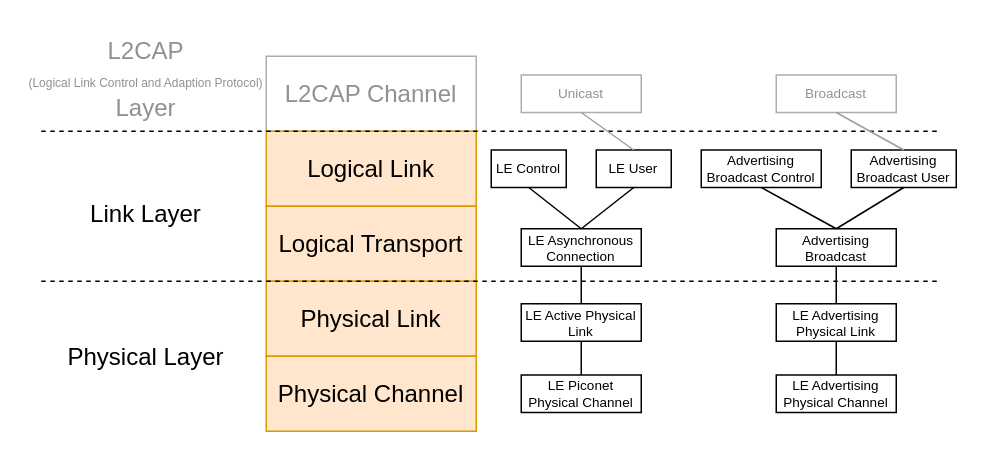
Earlier version of the draw.io diagram doc/bachelor_thesis_german/graphics/source/controller_layers.drawio (immrn/secure-ble-for-esp32-android). Source tidied: cells renumbered, new cells numbered last; positions are measured from the earlier drawing's top-left corner, leaving out a move shared by most shapes. Both pictures are drawn from the tidied source at 150%, with x=0, y=0 at pixel (26, 26).
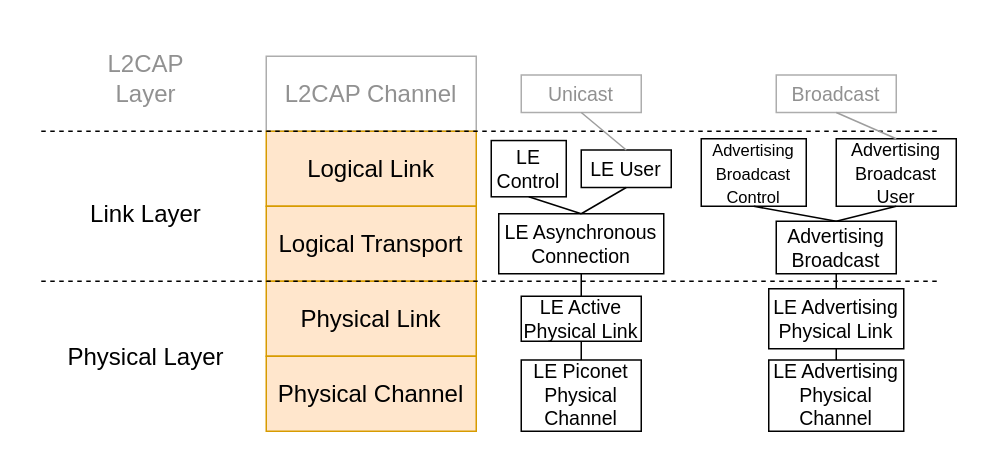
After the change.

What changed in the source:
```diff
@@
-    <mxCell id="9" value="&lt;font&gt;&lt;span style=&quot;font-size: 16px&quot;&gt;L2CAP&lt;/span&gt;&lt;br&gt;&lt;font style=&quot;font-size: 8px&quot;&gt;(Logical Link Control and Adaption Protocol)&lt;/font&gt;&lt;/font&gt;&lt;font style=&quot;font-size: 16px&quot;&gt;&lt;br&gt;Layer&lt;/font&gt;" style="text;html=1;strokeColor=none;fillColor=none;align=center;verticalAlign=middle;whiteSpace=wrap;rounded=0;glass=0;labelBackgroundColor=none;fontColor=#919191;" parent="1" vertex="1">
+    <mxCell id="9" value="&lt;font&gt;&lt;span style=&quot;font-size: 16px&quot;&gt;L2CAP&lt;/span&gt;&lt;/font&gt;&lt;font style=&quot;font-size: 16px&quot;&gt;&lt;br&gt;Layer&lt;/font&gt;" style="text;html=1;strokeColor=none;fillColor=none;align=center;verticalAlign=middle;whiteSpace=wrap;rounded=0;glass=0;labelBackgroundColor=none;fontColor=#919191;" parent="1" vertex="1">
       <mxGeometry width="160" height="70" as="geometry" />
     </mxCell>
@@
-    <mxCell id="12" value="LE Piconet Physical Channel" style="rounded=0;whiteSpace=wrap;html=1;glass=0;labelBackgroundColor=none;strokeWidth=1;fillColor=#ffffff;gradientColor=none;fontSize=9;" parent="1" vertex="1">
-      <mxGeometry x="330" y="232.5" width="80" height="25" as="geometry" />
+    <mxCell id="12" value="LE Piconet Physical Channel" style="rounded=0;whiteSpace=wrap;html=1;glass=0;labelBackgroundColor=none;strokeWidth=1;fillColor=#ffffff;gradientColor=none;fontSize=13;" parent="1" vertex="1">
+      <mxGeometry x="330" y="222.5" width="80" height="47.5" as="geometry" />
     </mxCell>
-    <mxCell id="13" value="LE Advertising Physical Channel" style="rounded=0;whiteSpace=wrap;html=1;glass=0;labelBackgroundColor=none;strokeWidth=1;fillColor=#ffffff;gradientColor=none;fontSize=9;" parent="1" vertex="1">
-      <mxGeometry x="500" y="232.5" width="80" height="25" as="geometry" />
+    <mxCell id="13" value="LE Advertising Physical Channel" style="rounded=0;whiteSpace=wrap;html=1;glass=0;labelBackgroundColor=none;strokeWidth=1;fillColor=#ffffff;gradientColor=none;fontSize=13;" parent="1" vertex="1">
+      <mxGeometry x="495" y="222.5" width="90" height="47.5" as="geometry" />
     </mxCell>
-    <mxCell id="14" value="LE Active Physical Link" style="rounded=0;whiteSpace=wrap;html=1;glass=0;labelBackgroundColor=none;strokeWidth=1;fillColor=#ffffff;gradientColor=none;fontSize=9;" parent="1" vertex="1">
-      <mxGeometry x="330" y="185" width="80" height="25" as="geometry" />
+    <mxCell id="14" value="LE Active Physical Link" style="rounded=0;whiteSpace=wrap;html=1;glass=0;labelBackgroundColor=none;strokeWidth=1;fillColor=#ffffff;gradientColor=none;fontSize=13;" parent="1" vertex="1">
+      <mxGeometry x="330" y="180" width="80" height="30" as="geometry" />
     </mxCell>
-    <mxCell id="15" value="LE Advertising Physical Link" style="rounded=0;whiteSpace=wrap;html=1;glass=0;labelBackgroundColor=none;strokeWidth=1;fillColor=#ffffff;gradientColor=none;fontSize=9;" parent="1" vertex="1">
-      <mxGeometry x="500" y="185" width="80" height="25" as="geometry" />
-    </mxCell>
-    <mxCell id="16" value="Advertising Broadcast" style="rounded=0;whiteSpace=wrap;html=1;glass=0;labelBackgroundColor=none;strokeWidth=1;fillColor=#ffffff;gradientColor=none;fontSize=9;" parent="1" vertex="1">
-      <mxGeometry x="500" y="135" width="80" height="25" as="geometry" />
+    <mxCell id="16" value="Advertising Broadcast" style="rounded=0;whiteSpace=wrap;html=1;glass=0;labelBackgroundColor=none;strokeWidth=1;fillColor=#ffffff;gradientColor=none;fontSize=13;" parent="1" vertex="1">
+      <mxGeometry x="500" y="130" width="80" height="35" as="geometry" />
     </mxCell>
-    <mxCell id="17" value="LE Asynchronous Connection" style="rounded=0;whiteSpace=wrap;html=1;glass=0;labelBackgroundColor=none;strokeWidth=1;fillColor=#ffffff;gradientColor=none;fontSize=9;" parent="1" vertex="1">
-      <mxGeometry x="330" y="135" width="80" height="25" as="geometry" />
+    <mxCell id="17" value="LE Asynchronous Connection" style="rounded=0;whiteSpace=wrap;html=1;glass=0;labelBackgroundColor=none;strokeWidth=1;fillColor=#ffffff;gradientColor=none;fontSize=13;" parent="1" vertex="1">
+      <mxGeometry x="315" y="125" width="110" height="40" as="geometry" />
     </mxCell>
-    <mxCell id="18" value="Advertising Broadcast User" style="rounded=0;whiteSpace=wrap;html=1;glass=0;labelBackgroundColor=none;strokeWidth=1;fillColor=#ffffff;gradientColor=none;fontSize=9;" parent="1" vertex="1">
-      <mxGeometry x="550" y="82.5" width="70" height="25" as="geometry" />
+    <mxCell id="18" value="&lt;font style=&quot;font-size: 12px&quot;&gt;Advertising Broadcast User&lt;/font&gt;" style="rounded=0;whiteSpace=wrap;html=1;glass=0;labelBackgroundColor=none;strokeWidth=1;fillColor=#ffffff;gradientColor=none;fontSize=13;" parent="1" vertex="1">
+      <mxGeometry x="540" y="75" width="80" height="45" as="geometry" />
     </mxCell>
-    <mxCell id="19" value="Advertising Broadcast Control" style="rounded=0;whiteSpace=wrap;html=1;glass=0;labelBackgroundColor=none;strokeWidth=1;fillColor=#ffffff;gradientColor=none;fontSize=9;" parent="1" vertex="1">
-      <mxGeometry x="450" y="82.5" width="80" height="25" as="geometry" />
+    <mxCell id="19" value="&lt;font style=&quot;font-size: 11px&quot;&gt;Advertising Broadcast Control&lt;/font&gt;" style="rounded=0;whiteSpace=wrap;html=1;glass=0;labelBackgroundColor=none;strokeWidth=1;fillColor=#ffffff;gradientColor=none;fontSize=13;" parent="1" vertex="1">
+      <mxGeometry x="450" y="75" width="70" height="45" as="geometry" />
     </mxCell>
-    <mxCell id="20" value="LE Control" style="rounded=0;whiteSpace=wrap;html=1;glass=0;labelBackgroundColor=none;strokeWidth=1;fillColor=#ffffff;gradientColor=none;fontSize=9;" parent="1" vertex="1">
-      <mxGeometry x="310" y="82.5" width="50" height="25" as="geometry" />
+    <mxCell id="20" value="LE Control" style="rounded=0;whiteSpace=wrap;html=1;glass=0;labelBackgroundColor=none;strokeWidth=1;fillColor=#ffffff;gradientColor=none;fontSize=13;" parent="1" vertex="1">
+      <mxGeometry x="310" y="76.2" width="50" height="37.5" as="geometry" />
     </mxCell>
-    <mxCell id="21" value="LE User" style="rounded=0;whiteSpace=wrap;html=1;glass=0;labelBackgroundColor=none;strokeWidth=1;fillColor=#ffffff;gradientColor=none;fontSize=9;" parent="1" vertex="1">
-      <mxGeometry x="380" y="82.5" width="50" height="25" as="geometry" />
+    <mxCell id="21" value="LE User" style="rounded=0;whiteSpace=wrap;html=1;glass=0;labelBackgroundColor=none;strokeWidth=1;fillColor=#ffffff;gradientColor=none;fontSize=13;" parent="1" vertex="1">
+      <mxGeometry x="370" y="82.5" width="60" height="25" as="geometry" />
     </mxCell>
-    <mxCell id="22" value="Broadcast" style="rounded=0;whiteSpace=wrap;html=1;glass=0;labelBackgroundColor=none;strokeWidth=1;fillColor=#ffffff;gradientColor=none;fontSize=9;fontColor=#919191;strokeColor=#ADADAD;" parent="1" vertex="1">
+    <mxCell id="22" value="Broadcast" style="rounded=0;whiteSpace=wrap;html=1;glass=0;labelBackgroundColor=none;strokeWidth=1;fillColor=#ffffff;gradientColor=none;fontSize=13;fontColor=#919191;strokeColor=#ADADAD;" parent="1" vertex="1">
       <mxGeometry x="500" y="32.5" width="80" height="25" as="geometry" />
     </mxCell>
-    <mxCell id="23" value="Unicast" style="rounded=0;whiteSpace=wrap;html=1;glass=0;labelBackgroundColor=none;strokeWidth=1;fillColor=#ffffff;gradientColor=none;fontSize=9;fontColor=#919191;strokeColor=#ADADAD;" parent="1" vertex="1">
+    <mxCell id="23" value="Unicast" style="rounded=0;whiteSpace=wrap;html=1;glass=0;labelBackgroundColor=none;strokeWidth=1;fillColor=#ffffff;gradientColor=none;fontSize=13;fontColor=#919191;strokeColor=#ADADAD;" parent="1" vertex="1">
       <mxGeometry x="330" y="32.5" width="80" height="25" as="geometry" />
     </mxCell>
-    <mxCell id="24" style="endArrow=none;html=1;fontSize=9;strokeWidth=1;fillColor=#E8E8E8;exitX=0.5;exitY=0;exitDx=0;exitDy=0;entryX=0.5;entryY=1;entryDx=0;entryDy=0;" parent="1" edge="1" source="12" target="14">
+    <mxCell id="24" style="endArrow=none;html=1;fontSize=13;strokeWidth=1;fillColor=#E8E8E8;exitX=0.5;exitY=0;exitDx=0;exitDy=0;entryX=0.5;entryY=1;entryDx=0;entryDy=0;" parent="1" edge="1" source="12" target="14">
       <mxGeometry relative="1" as="geometry" />
     </mxCell>
-    <mxCell id="25" style="endArrow=none;html=1;fontSize=9;strokeWidth=1;fillColor=#E8E8E8;exitX=0.5;exitY=0;exitDx=0;exitDy=0;entryX=0.5;entryY=1;entryDx=0;entryDy=0;" parent="1" edge="1" source="14" target="17">
+    <mxCell id="25" style="endArrow=none;html=1;fontSize=13;strokeWidth=1;fillColor=#E8E8E8;exitX=0.5;exitY=0;exitDx=0;exitDy=0;entryX=0.5;entryY=1;entryDx=0;entryDy=0;" parent="1" edge="1" source="14" target="17">
       <mxGeometry relative="1" as="geometry" />
     </mxCell>
-    <mxCell id="26" style="endArrow=none;html=1;fontSize=9;strokeWidth=1;fillColor=#E8E8E8;exitX=0.5;exitY=0;exitDx=0;exitDy=0;entryX=0.5;entryY=1;entryDx=0;entryDy=0;" parent="1" edge="1" source="17" target="21">
+    <mxCell id="26" style="endArrow=none;html=1;fontSize=13;strokeWidth=1;fillColor=#E8E8E8;exitX=0.5;exitY=0;exitDx=0;exitDy=0;entryX=0.5;entryY=1;entryDx=0;entryDy=0;" parent="1" edge="1" source="17" target="21">
       <mxGeometry relative="1" as="geometry" />
     </mxCell>
-    <mxCell id="27" style="endArrow=none;html=1;fontSize=9;strokeWidth=1;fillColor=#E8E8E8;exitX=0.5;exitY=0;exitDx=0;exitDy=0;entryX=0.5;entryY=1;entryDx=0;entryDy=0;" parent="1" edge="1" source="17" target="20">
+    <mxCell id="27" style="endArrow=none;html=1;fontSize=13;strokeWidth=1;fillColor=#E8E8E8;exitX=0.5;exitY=0;exitDx=0;exitDy=0;entryX=0.5;entryY=1;entryDx=0;entryDy=0;" parent="1" edge="1" source="17" target="20">
       <mxGeometry relative="1" as="geometry" />
     </mxCell>
-    <mxCell id="28" style="endArrow=none;html=1;fontSize=9;strokeWidth=1;fillColor=#E8E8E8;exitX=0.5;exitY=0;exitDx=0;exitDy=0;entryX=0.5;entryY=1;entryDx=0;entryDy=0;strokeColor=#9E9E9E;" parent="1" edge="1" source="21" target="23">
+    <mxCell id="28" style="endArrow=none;html=1;fontSize=13;strokeWidth=1;fillColor=#E8E8E8;exitX=0.5;exitY=0;exitDx=0;exitDy=0;entryX=0.5;entryY=1;entryDx=0;entryDy=0;strokeColor=#9E9E9E;" parent="1" edge="1" source="21" target="23">
       <mxGeometry relative="1" as="geometry" />
     </mxCell>
-    <mxCell id="29" style="endArrow=none;html=1;fontSize=9;strokeWidth=1;fillColor=#E8E8E8;exitX=0.5;exitY=0;exitDx=0;exitDy=0;" parent="1" edge="1" source="13">
+    <mxCell id="29" style="endArrow=none;html=1;fontSize=13;strokeWidth=1;fillColor=#E8E8E8;exitX=0.5;exitY=0;exitDx=0;exitDy=0;" parent="1" edge="1" source="13">
       <mxGeometry relative="1" as="geometry">
         <mxPoint x="540" y="210" as="targetPoint" />
       </mxGeometry>
     </mxCell>
-    <mxCell id="30" style="endArrow=none;html=1;fontSize=9;strokeWidth=1;fillColor=#E8E8E8;exitX=0.5;exitY=0;exitDx=0;exitDy=0;entryX=0.5;entryY=1;entryDx=0;entryDy=0;" parent="1" edge="1" source="15" target="16">
+    <mxCell id="30" style="endArrow=none;html=1;fontSize=13;strokeWidth=1;fillColor=#E8E8E8;exitX=0.5;exitY=0;exitDx=0;exitDy=0;entryX=0.5;entryY=1;entryDx=0;entryDy=0;" parent="1" edge="1" source="15" target="16">
       <mxGeometry relative="1" as="geometry" />
     </mxCell>
-    <mxCell id="31" style="endArrow=none;html=1;fontSize=9;strokeWidth=1;fillColor=#E8E8E8;exitX=0.5;exitY=0;exitDx=0;exitDy=0;entryX=0.5;entryY=1;entryDx=0;entryDy=0;" parent="1" edge="1" source="16" target="18">
+    <mxCell id="31" style="endArrow=none;html=1;fontSize=13;strokeWidth=1;fillColor=#E8E8E8;exitX=0.5;exitY=0;exitDx=0;exitDy=0;entryX=0.5;entryY=1;entryDx=0;entryDy=0;" parent="1" edge="1" source="16" target="18">
       <mxGeometry relative="1" as="geometry" />
     </mxCell>
-    <mxCell id="32" style="endArrow=none;html=1;fontSize=9;strokeWidth=1;fillColor=#E8E8E8;exitX=0.5;exitY=0;exitDx=0;exitDy=0;entryX=0.5;entryY=1;entryDx=0;entryDy=0;" parent="1" edge="1" source="16" target="19">
+    <mxCell id="32" style="endArrow=none;html=1;fontSize=13;strokeWidth=1;fillColor=#E8E8E8;exitX=0.5;exitY=0;exitDx=0;exitDy=0;entryX=0.5;entryY=1;entryDx=0;entryDy=0;" parent="1" edge="1" source="16" target="19">
       <mxGeometry relative="1" as="geometry" />
     </mxCell>
-    <mxCell id="33" style="endArrow=none;html=1;fontSize=9;strokeWidth=1;fillColor=#E8E8E8;exitX=0.5;exitY=0;exitDx=0;exitDy=0;entryX=0.5;entryY=1;entryDx=0;entryDy=0;strokeColor=#9E9E9E;" parent="1" edge="1" source="18" target="22">
+    <mxCell id="33" style="endArrow=none;html=1;fontSize=13;strokeWidth=1;fillColor=#E8E8E8;exitX=0.5;exitY=0;exitDx=0;exitDy=0;entryX=0.5;entryY=1;entryDx=0;entryDy=0;strokeColor=#9E9E9E;" parent="1" edge="1" source="18" target="22">
       <mxGeometry relative="1" as="geometry" />
     </mxCell>
+    <mxCell id="15" value="LE Advertising Physical Link" style="rounded=0;whiteSpace=wrap;html=1;glass=0;labelBackgroundColor=none;strokeWidth=1;fillColor=#ffffff;gradientColor=none;fontSize=13;" parent="1" vertex="1">
+      <mxGeometry x="495" y="175" width="90" height="40" as="geometry" />
+    </mxCell>
```
